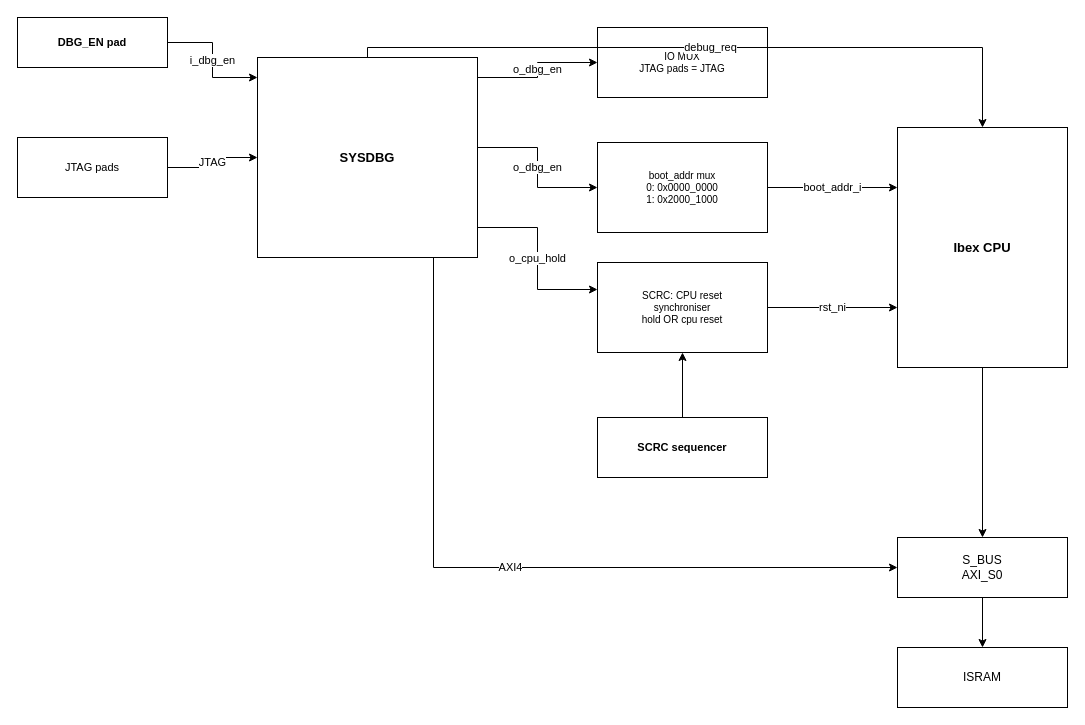
Before: page "Debug boot wiring" (3 of 3) of doc/drawio/QNSC_SYSDBG_MAS.drawio in quynhonsemiconductor/vlsi_deep_training, a draw.io diagram. Source tidied: cells renumbered, new cells numbered last; positions are measured from the earlier drawing's top-left corner, leaving out a move shared by most shapes. Both pictures are drawn from the tidied source at 100%, with x=0, y=0 at pixel (17, 17).
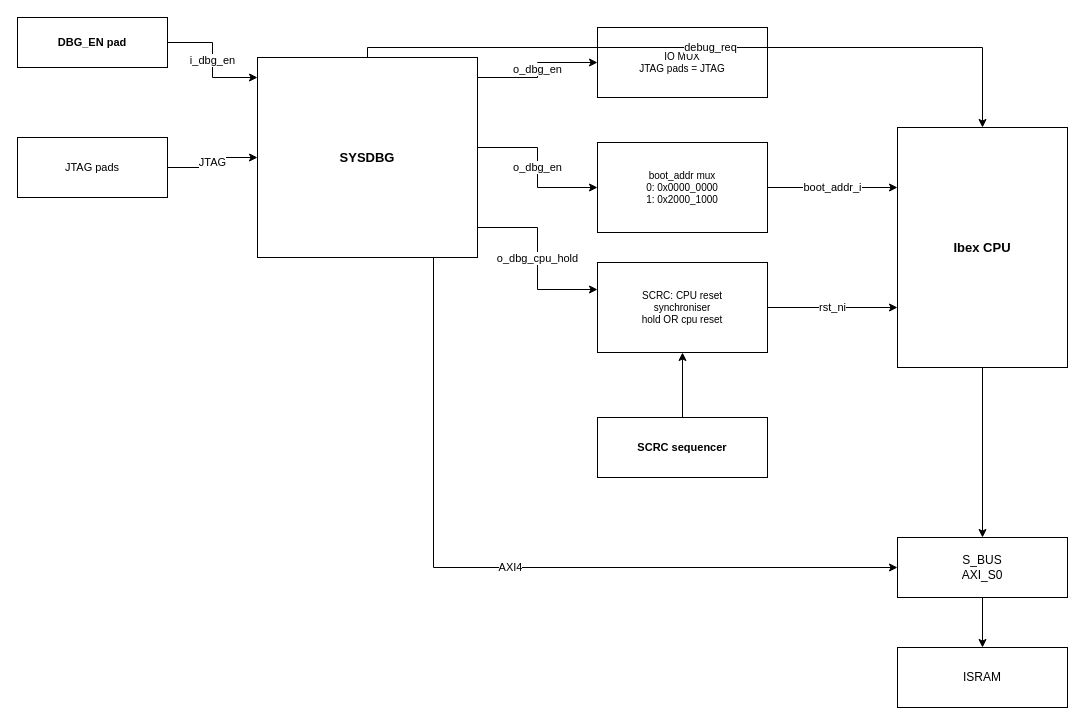
The same diagram, later.

The change refers to these unchanged cells:
```xml
<mxCell id="4" value="SYSDBG" style="rounded=0;whiteSpace=wrap;html=1;fillColor=#ffffff;strokeColor=#000000;fontSize=13;dashed=0;fontStyle=1;verticalAlign=middle;" parent="1" vertex="1">
  <mxGeometry x="240" y="40" width="220" height="200" as="geometry" />
</mxCell>
<mxCell id="8" value="SCRC: CPU reset&#10;synchroniser&#10;hold OR cpu reset" style="rounded=0;whiteSpace=wrap;html=1;fillColor=#ffffff;strokeColor=#000000;fontSize=10;dashed=0;verticalAlign=middle;" parent="1" vertex="1">
  <mxGeometry x="580" y="245" width="170" height="90" as="geometry" />
</mxCell>
```

Diff of the diagram source:
```diff
@@
-    <mxCell id="16" value="o_cpu_hold" style="edgeStyle=orthogonalEdgeStyle;rounded=0;html=1;exitX=1.0;exitY=0.85;entryX=0.0;entryY=0.3;exitDx=0;exitDy=0;entryDx=0;entryDy=0;" parent="1" edge="1" source="4" target="8">
+    <mxCell id="16" value="o_dbg_cpu_hold" style="edgeStyle=orthogonalEdgeStyle;rounded=0;html=1;exitX=1.0;exitY=0.85;entryX=0.0;entryY=0.3;exitDx=0;exitDy=0;entryDx=0;entryDy=0;" parent="1" edge="1" source="4" target="8">
       <mxGeometry relative="1" as="geometry" />
     </mxCell>
```
